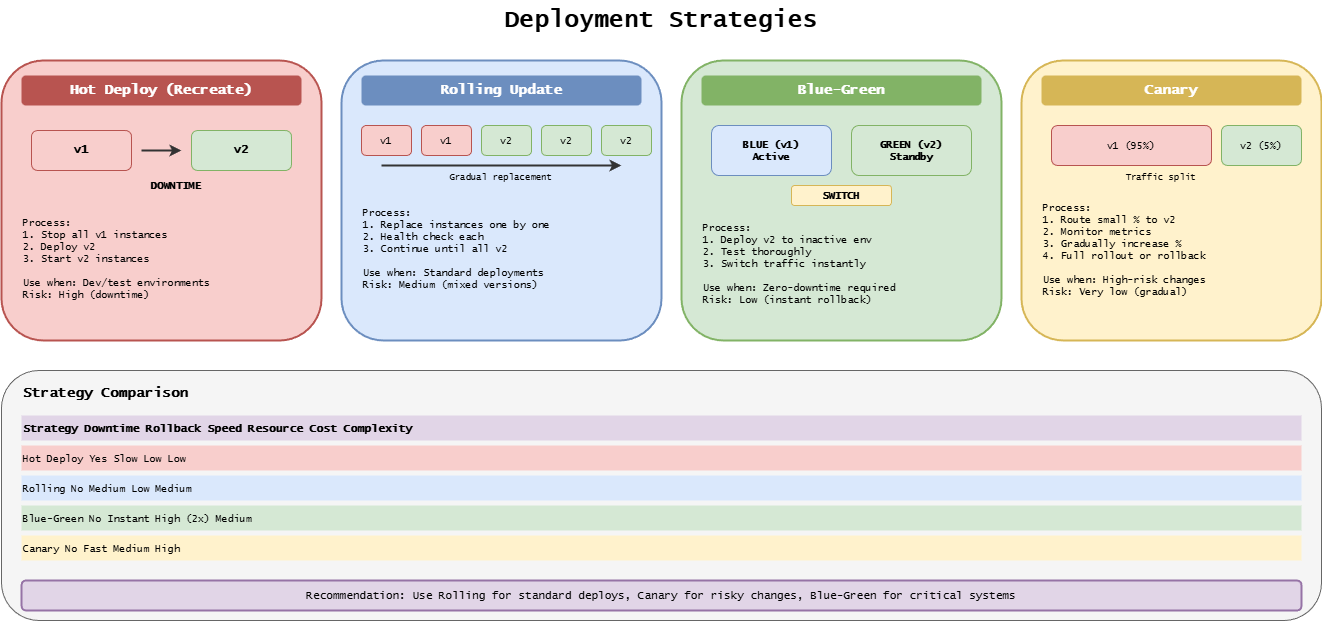
Above: docs/assets/assisted/09-deployment-strategies.drawio.png in ready-to-release/eac (draw.io), before the change. Source tidied: cells renumbered, new cells last; positions are measured from the earlier drawing's top-left corner, leaving out a move shared by most shapes. The source it was exported from:
```xml
<mxGraphModel background="#ffffff">
  <root>
    <mxCell id="0" />
    <mxCell id="1" parent="0" />
    <mxCell id="2" value="Deployment Strategies" style="text;html=1;strokeColor=none;fillColor=none;align=center;verticalAlign=middle;whiteSpace=wrap;rounded=0;fontFamily=Lucida Console;fontStyle=1;fontSize=24;" parent="1" vertex="1">
      <mxGeometry x="460" width="400" height="40" as="geometry" />
    </mxCell>
    <mxCell id="3" style="rounded=1;whiteSpace=wrap;html=1;fillColor=#f8cecc;strokeColor=#b85450;strokeWidth=2;" parent="1" vertex="1">
      <mxGeometry y="60" width="320" height="280" as="geometry" />
    </mxCell>
    <mxCell id="4" value="Hot Deploy (Recreate)" style="text;html=1;strokeColor=none;fillColor=#b85450;align=center;verticalAlign=middle;whiteSpace=wrap;rounded=1;fontFamily=Lucida Console;fontStyle=1;fontSize=14;fontColor=#ffffff;" parent="1" vertex="1">
      <mxGeometry x="20" y="75" width="280" height="30" as="geometry" />
    </mxCell>
    <mxCell id="5" value="v1" style="rounded=1;whiteSpace=wrap;html=1;fillColor=#f8cecc;strokeColor=#b85450;fontFamily=Lucida Console;fontStyle=1;" parent="1" vertex="1">
      <mxGeometry x="30" y="130" width="100" height="40" as="geometry" />
    </mxCell>
    <mxCell id="6" style="endArrow=classic;html=1;strokeWidth=2;strokeColor=#333333;" parent="1" edge="1">
      <mxGeometry relative="1" as="geometry">
        <mxPoint x="140" y="150" as="sourcePoint" />
        <mxPoint x="180" y="150" as="targetPoint" />
      </mxGeometry>
    </mxCell>
    <mxCell id="7" value="v2" style="rounded=1;whiteSpace=wrap;html=1;fillColor=#d5e8d4;strokeColor=#82b366;fontFamily=Lucida Console;fontStyle=1;" parent="1" vertex="1">
      <mxGeometry x="190" y="130" width="100" height="40" as="geometry" />
    </mxCell>
    <mxCell id="8" value="DOWNTIME" style="text;html=1;strokeColor=none;fillColor=#f8cecc;align=center;verticalAlign=middle;whiteSpace=wrap;rounded=0;fontFamily=Lucida Console;fontStyle=1;fontSize=10;" parent="1" vertex="1">
      <mxGeometry x="135" y="175" width="80" height="20" as="geometry" />
    </mxCell>
    <mxCell id="9" value="Process:&#10;1. Stop all v1 instances&#10;2. Deploy v2&#10;3. Start v2 instances&#10;&#10;Use when: Dev/test environments&#10;Risk: High (downtime)" style="text;html=1;strokeColor=none;fillColor=none;align=left;verticalAlign=top;whiteSpace=wrap;rounded=0;fontFamily=Lucida Console;fontSize=10;" parent="1" vertex="1">
      <mxGeometry x="20" y="210" width="280" height="120" as="geometry" />
    </mxCell>
    <mxCell id="10" style="rounded=1;whiteSpace=wrap;html=1;fillColor=#dae8fc;strokeColor=#6c8ebf;strokeWidth=2;" parent="1" vertex="1">
      <mxGeometry x="340" y="60" width="320" height="280" as="geometry" />
    </mxCell>
    <mxCell id="11" value="Rolling Update" style="text;html=1;strokeColor=none;fillColor=#6c8ebf;align=center;verticalAlign=middle;whiteSpace=wrap;rounded=1;fontFamily=Lucida Console;fontStyle=1;fontSize=14;fontColor=#ffffff;" parent="1" vertex="1">
      <mxGeometry x="360" y="75" width="280" height="30" as="geometry" />
    </mxCell>
    <mxCell id="12" value="v1" style="rounded=1;whiteSpace=wrap;html=1;fillColor=#f8cecc;strokeColor=#b85450;fontFamily=Lucida Console;fontSize=10;" parent="1" vertex="1">
      <mxGeometry x="360" y="125" width="50" height="30" as="geometry" />
    </mxCell>
    <mxCell id="13" value="v1" style="rounded=1;whiteSpace=wrap;html=1;fillColor=#f8cecc;strokeColor=#b85450;fontFamily=Lucida Console;fontSize=10;" parent="1" vertex="1">
      <mxGeometry x="420" y="125" width="50" height="30" as="geometry" />
    </mxCell>
    <mxCell id="14" value="v2" style="rounded=1;whiteSpace=wrap;html=1;fillColor=#d5e8d4;strokeColor=#82b366;fontFamily=Lucida Console;fontSize=10;" parent="1" vertex="1">
      <mxGeometry x="480" y="125" width="50" height="30" as="geometry" />
    </mxCell>
    <mxCell id="15" value="v2" style="rounded=1;whiteSpace=wrap;html=1;fillColor=#d5e8d4;strokeColor=#82b366;fontFamily=Lucida Console;fontSize=10;" parent="1" vertex="1">
      <mxGeometry x="540" y="125" width="50" height="30" as="geometry" />
    </mxCell>
    <mxCell id="16" value="v2" style="rounded=1;whiteSpace=wrap;html=1;fillColor=#d5e8d4;strokeColor=#82b366;fontFamily=Lucida Console;fontSize=10;" parent="1" vertex="1">
      <mxGeometry x="600" y="125" width="50" height="30" as="geometry" />
    </mxCell>
    <mxCell id="17" style="endArrow=classic;html=1;strokeWidth=2;strokeColor=#333333;" parent="1" edge="1">
      <mxGeometry relative="1" as="geometry">
        <mxPoint x="380" y="165" as="sourcePoint" />
        <mxPoint x="620" y="165" as="targetPoint" />
      </mxGeometry>
    </mxCell>
    <mxCell id="18" value="Gradual replacement" style="text;html=1;strokeColor=none;fillColor=none;align=center;verticalAlign=middle;whiteSpace=wrap;rounded=0;fontFamily=Lucida Console;fontSize=9;" parent="1" vertex="1">
      <mxGeometry x="430" y="170" width="140" height="15" as="geometry" />
    </mxCell>
    <mxCell id="19" value="Process:&#10;1. Replace instances one by one&#10;2. Health check each&#10;3. Continue until all v2&#10;&#10;Use when: Standard deployments&#10;Risk: Medium (mixed versions)" style="text;html=1;strokeColor=none;fillColor=none;align=left;verticalAlign=top;whiteSpace=wrap;rounded=0;fontFamily=Lucida Console;fontSize=10;" parent="1" vertex="1">
      <mxGeometry x="360" y="200" width="280" height="130" as="geometry" />
    </mxCell>
    <mxCell id="20" style="rounded=1;whiteSpace=wrap;html=1;fillColor=#d5e8d4;strokeColor=#82b366;strokeWidth=2;" parent="1" vertex="1">
      <mxGeometry x="680" y="60" width="320" height="280" as="geometry" />
    </mxCell>
    <mxCell id="21" value="Blue-Green" style="text;html=1;strokeColor=none;fillColor=#82b366;align=center;verticalAlign=middle;whiteSpace=wrap;rounded=1;fontFamily=Lucida Console;fontStyle=1;fontSize=14;fontColor=#ffffff;" parent="1" vertex="1">
      <mxGeometry x="700" y="75" width="280" height="30" as="geometry" />
    </mxCell>
    <mxCell id="22" value="BLUE (v1)&#10;Active" style="rounded=1;whiteSpace=wrap;html=1;fillColor=#dae8fc;strokeColor=#6c8ebf;fontFamily=Lucida Console;fontSize=10;fontStyle=1;" parent="1" vertex="1">
      <mxGeometry x="710" y="125" width="120" height="50" as="geometry" />
    </mxCell>
    <mxCell id="23" value="GREEN (v2)&#10;Standby" style="rounded=1;whiteSpace=wrap;html=1;fillColor=#d5e8d4;strokeColor=#82b366;fontFamily=Lucida Console;fontSize=10;fontStyle=1;" parent="1" vertex="1">
      <mxGeometry x="850" y="125" width="120" height="50" as="geometry" />
    </mxCell>
    <mxCell id="24" value="SWITCH" style="text;html=1;fillColor=#fff2cc;align=center;verticalAlign=middle;whiteSpace=wrap;rounded=1;fontFamily=Lucida Console;fontStyle=1;fontSize=10;strokeColor=#d6b656;" parent="1" vertex="1">
      <mxGeometry x="790" y="185" width="100" height="20" as="geometry" />
    </mxCell>
    <mxCell id="25" value="Process:&#10;1. Deploy v2 to inactive env&#10;2. Test thoroughly&#10;3. Switch traffic instantly&#10;&#10;Use when: Zero-downtime required&#10;Risk: Low (instant rollback)" style="text;html=1;strokeColor=none;fillColor=none;align=left;verticalAlign=top;whiteSpace=wrap;rounded=0;fontFamily=Lucida Console;fontSize=10;" parent="1" vertex="1">
      <mxGeometry x="700" y="215" width="280" height="120" as="geometry" />
    </mxCell>
    <mxCell id="26" style="rounded=1;whiteSpace=wrap;html=1;fillColor=#fff2cc;strokeColor=#d6b656;strokeWidth=2;" parent="1" vertex="1">
      <mxGeometry x="1020" y="60" width="300" height="280" as="geometry" />
    </mxCell>
    <mxCell id="27" value="Canary" style="text;html=1;strokeColor=none;fillColor=#d6b656;align=center;verticalAlign=middle;whiteSpace=wrap;rounded=1;fontFamily=Lucida Console;fontStyle=1;fontSize=14;fontColor=#ffffff;" parent="1" vertex="1">
      <mxGeometry x="1040" y="75" width="260" height="30" as="geometry" />
    </mxCell>
    <mxCell id="28" value="v1 (95%)" style="rounded=1;whiteSpace=wrap;html=1;fillColor=#f8cecc;strokeColor=#b85450;fontFamily=Lucida Console;fontSize=10;" parent="1" vertex="1">
      <mxGeometry x="1050" y="125" width="160" height="40" as="geometry" />
    </mxCell>
    <mxCell id="29" value="v2 (5%)" style="rounded=1;whiteSpace=wrap;html=1;fillColor=#d5e8d4;strokeColor=#82b366;fontFamily=Lucida Console;fontSize=10;" parent="1" vertex="1">
      <mxGeometry x="1220" y="125" width="80" height="40" as="geometry" />
    </mxCell>
    <mxCell id="30" value="Traffic split" style="text;html=1;strokeColor=none;fillColor=none;align=center;verticalAlign=middle;whiteSpace=wrap;rounded=0;fontFamily=Lucida Console;fontSize=9;" parent="1" vertex="1">
      <mxGeometry x="1120" y="170" width="80" height="15" as="geometry" />
    </mxCell>
    <mxCell id="31" value="Process:&#10;1. Route small % to v2&#10;2. Monitor metrics&#10;3. Gradually increase %&#10;4. Full rollout or rollback&#10;&#10;Use when: High-risk changes&#10;Risk: Very low (gradual)" style="text;html=1;strokeColor=none;fillColor=none;align=left;verticalAlign=top;whiteSpace=wrap;rounded=0;fontFamily=Lucida Console;fontSize=10;" parent="1" vertex="1">
      <mxGeometry x="1040" y="195" width="260" height="140" as="geometry" />
    </mxCell>
    <mxCell id="32" style="rounded=1;whiteSpace=wrap;html=1;fillColor=#f5f5f5;strokeColor=#666666;strokeWidth=1;" parent="1" vertex="1">
      <mxGeometry y="370" width="1320" height="250" as="geometry" />
    </mxCell>
    <mxCell id="33" value="Strategy Comparison" style="text;html=1;strokeColor=none;fillColor=none;align=left;verticalAlign=middle;whiteSpace=wrap;rounded=0;fontFamily=Lucida Console;fontStyle=1;fontSize=14;" parent="1" vertex="1">
      <mxGeometry x="20" y="380" width="300" height="25" as="geometry" />
    </mxCell>
    <mxCell id="34" value="Strategy        Downtime    Rollback Speed    Resource Cost    Complexity" style="text;html=1;strokeColor=none;fillColor=#e1d5e7;align=left;verticalAlign=middle;whiteSpace=wrap;rounded=0;fontFamily=Lucida Console;fontStyle=1;fontSize=11;" parent="1" vertex="1">
      <mxGeometry x="20" y="415" width="1280" height="25" as="geometry" />
    </mxCell>
    <mxCell id="35" value="Hot Deploy      Yes         Slow              Low              Low" style="text;html=1;strokeColor=none;fillColor=#f8cecc;align=left;verticalAlign=middle;whiteSpace=wrap;rounded=0;fontFamily=Lucida Console;fontSize=10;" parent="1" vertex="1">
      <mxGeometry x="20" y="445" width="1280" height="25" as="geometry" />
    </mxCell>
    <mxCell id="36" value="Rolling         No          Medium            Low              Medium" style="text;html=1;strokeColor=none;fillColor=#dae8fc;align=left;verticalAlign=middle;whiteSpace=wrap;rounded=0;fontFamily=Lucida Console;fontSize=10;" parent="1" vertex="1">
      <mxGeometry x="20" y="475" width="1280" height="25" as="geometry" />
    </mxCell>
    <mxCell id="37" value="Blue-Green      No          Instant           High (2x)        Medium" style="text;html=1;strokeColor=none;fillColor=#d5e8d4;align=left;verticalAlign=middle;whiteSpace=wrap;rounded=0;fontFamily=Lucida Console;fontSize=10;" parent="1" vertex="1">
      <mxGeometry x="20" y="505" width="1280" height="25" as="geometry" />
    </mxCell>
    <mxCell id="38" value="Canary          No          Fast              Medium           High" style="text;html=1;strokeColor=none;fillColor=#fff2cc;align=left;verticalAlign=middle;whiteSpace=wrap;rounded=0;fontFamily=Lucida Console;fontSize=10;" parent="1" vertex="1">
      <mxGeometry x="20" y="535" width="1280" height="25" as="geometry" />
    </mxCell>
    <mxCell id="39" value="Recommendation: Use Rolling for standard deploys, Canary for risky changes, Blue-Green for critical systems" style="text;html=1;fillColor=#e1d5e7;align=center;verticalAlign=middle;whiteSpace=wrap;rounded=1;fontFamily=Lucida Console;fontSize=11;strokeColor=#9673a6;strokeWidth=2;" parent="1" vertex="1">
      <mxGeometry x="20" y="580" width="1280" height="30" as="geometry" />
    </mxCell>
  </root>
</mxGraphModel>
```
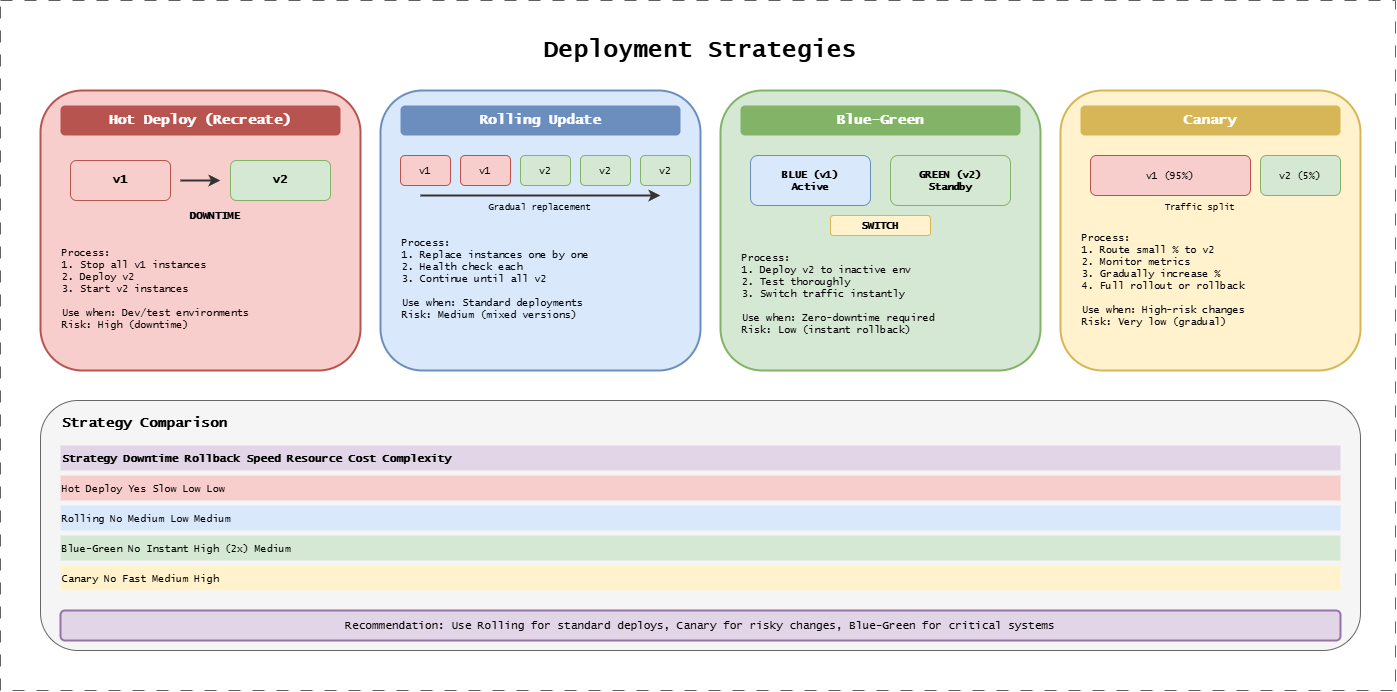
The same file after the commit.

Change to the diagram source:
```diff
@@ -122,5 +122,8 @@
     <mxCell id="39" value="Recommendation: Use Rolling for standard deploys, Canary for risky changes, Blue-Green for critical systems" style="text;html=1;fillColor=#e1d5e7;align=center;verticalAlign=middle;whiteSpace=wrap;rounded=1;fontFamily=Lucida Console;fontSize=11;strokeColor=#9673a6;strokeWidth=2;" parent="1" vertex="1">
       <mxGeometry x="20" y="580" width="1280" height="30" as="geometry" />
     </mxCell>
+    <mxCell id="40" style="group;strokeColor=#616161;dashed=1;dashPattern=12 12;fontFamily=Lucida Console;fontSize=19;fontStyle=1;" parent="1" vertex="1">
+      <mxGeometry x="-40" y="-30" width="1395" height="690" as="geometry" />
+    </mxCell>
   </root>
 </mxGraphModel>
```
